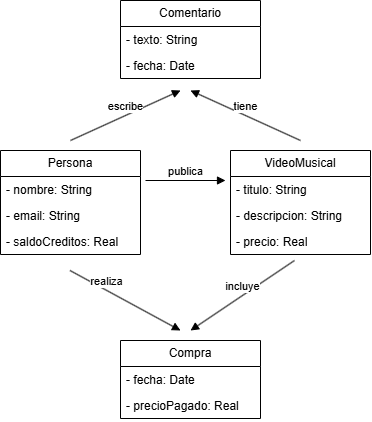
The draw.io diagram ejercicio4.drawio.png in felirojas12/OO1, before a commit. Source tidied: cells renumbered, new cells last; positions are measured from the earlier drawing's top-left corner, leaving out a move shared by most shapes.
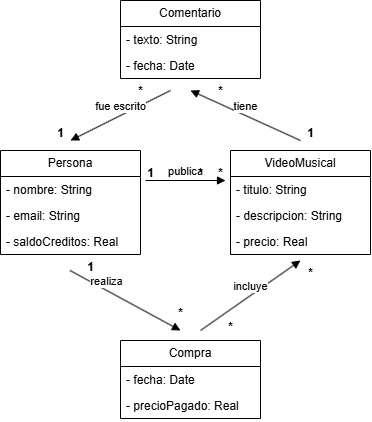
The same file after the commit.

Change to the diagram source:
```diff
@@ -58,14 +58,14 @@
     </mxCell>
     <mxCell id="18" value="incluye" style="html=1;verticalAlign=bottom;endArrow=block;curved=0;rounded=0;" parent="1" edge="1">
       <mxGeometry relative="1" as="geometry">
-        <mxPoint x="294" y="260" as="sourcePoint" />
-        <mxPoint x="190" y="330" as="targetPoint" />
+        <mxPoint x="200" y="330" as="sourcePoint" />
+        <mxPoint x="300" y="260" as="targetPoint" />
       </mxGeometry>
     </mxCell>
-    <mxCell id="19" value="escribe" style="html=1;verticalAlign=bottom;endArrow=block;curved=0;rounded=0;" parent="1" edge="1">
+    <mxCell id="19" value="fue escrito" style="html=1;verticalAlign=bottom;endArrow=block;curved=0;rounded=0;" parent="1" edge="1">
       <mxGeometry relative="1" as="geometry">
-        <mxPoint x="70" y="140" as="sourcePoint" />
-        <mxPoint x="180" y="90" as="targetPoint" />
+        <mxPoint x="170" y="90" as="sourcePoint" />
+        <mxPoint x="70" y="140" as="targetPoint" />
       </mxGeometry>
     </mxCell>
     <mxCell id="20" value="tiene" style="html=1;verticalAlign=bottom;endArrow=block;curved=0;rounded=0;" parent="1" edge="1">
@@ -74,5 +74,38 @@
         <mxPoint x="190" y="90" as="targetPoint" />
       </mxGeometry>
     </mxCell>
+    <mxCell id="21" value="*" style="text;align=center;fontStyle=1;verticalAlign=middle;spacingLeft=3;spacingRight=3;strokeColor=none;html=1;" parent="1" vertex="1">
+      <mxGeometry x="180" y="78" width="80" height="26" as="geometry" />
+    </mxCell>
+    <mxCell id="22" value="1" style="text;align=center;fontStyle=1;verticalAlign=middle;spacingLeft=3;spacingRight=3;strokeColor=none;html=1;" parent="1" vertex="1">
+      <mxGeometry x="270" y="120" width="80" height="26" as="geometry" />
+    </mxCell>
+    <mxCell id="23" value="1" style="text;align=center;fontStyle=1;verticalAlign=middle;spacingLeft=3;spacingRight=3;strokeColor=none;html=1;" parent="1" vertex="1">
+      <mxGeometry x="20" y="120" width="80" height="26" as="geometry" />
+    </mxCell>
+    <mxCell id="24" value="*" style="text;align=center;fontStyle=1;verticalAlign=middle;spacingLeft=3;spacingRight=3;strokeColor=none;html=1;" parent="1" vertex="1">
+      <mxGeometry x="100" y="78" width="80" height="26" as="geometry" />
+    </mxCell>
+    <mxCell id="25" value="*" style="text;align=center;fontStyle=1;verticalAlign=middle;spacingLeft=3;spacingRight=3;strokeColor=none;html=1;" parent="1" vertex="1">
+      <mxGeometry x="160" y="160" width="80" height="26" as="geometry" />
+    </mxCell>
+    <mxCell id="26" value="*" style="text;align=center;fontStyle=1;verticalAlign=middle;spacingLeft=3;spacingRight=3;strokeColor=none;html=1;" parent="1" vertex="1">
+      <mxGeometry x="180" y="160" width="80" height="26" as="geometry" />
+    </mxCell>
+    <mxCell id="27" value="1" style="text;align=center;fontStyle=1;verticalAlign=middle;spacingLeft=3;spacingRight=3;strokeColor=none;html=1;" parent="1" vertex="1">
+      <mxGeometry x="110" y="160" width="80" height="26" as="geometry" />
+    </mxCell>
+    <mxCell id="28" value="1" style="text;align=center;fontStyle=1;verticalAlign=middle;spacingLeft=3;spacingRight=3;strokeColor=none;html=1;" parent="1" vertex="1">
+      <mxGeometry x="50" y="254" width="80" height="26" as="geometry" />
+    </mxCell>
+    <mxCell id="29" value="*" style="text;align=center;fontStyle=1;verticalAlign=middle;spacingLeft=3;spacingRight=3;strokeColor=none;html=1;" parent="1" vertex="1">
+      <mxGeometry x="140" y="300" width="80" height="26" as="geometry" />
+    </mxCell>
+    <mxCell id="30" value="*" style="text;align=center;fontStyle=1;verticalAlign=middle;spacingLeft=3;spacingRight=3;strokeColor=none;html=1;" parent="1" vertex="1">
+      <mxGeometry x="190" y="314" width="80" height="26" as="geometry" />
+    </mxCell>
+    <mxCell id="31" value="*" style="text;align=center;fontStyle=1;verticalAlign=middle;spacingLeft=3;spacingRight=3;strokeColor=none;html=1;" parent="1" vertex="1">
+      <mxGeometry x="270" y="260" width="80" height="26" as="geometry" />
+    </mxCell>
   </root>
 </mxGraphModel>
```
